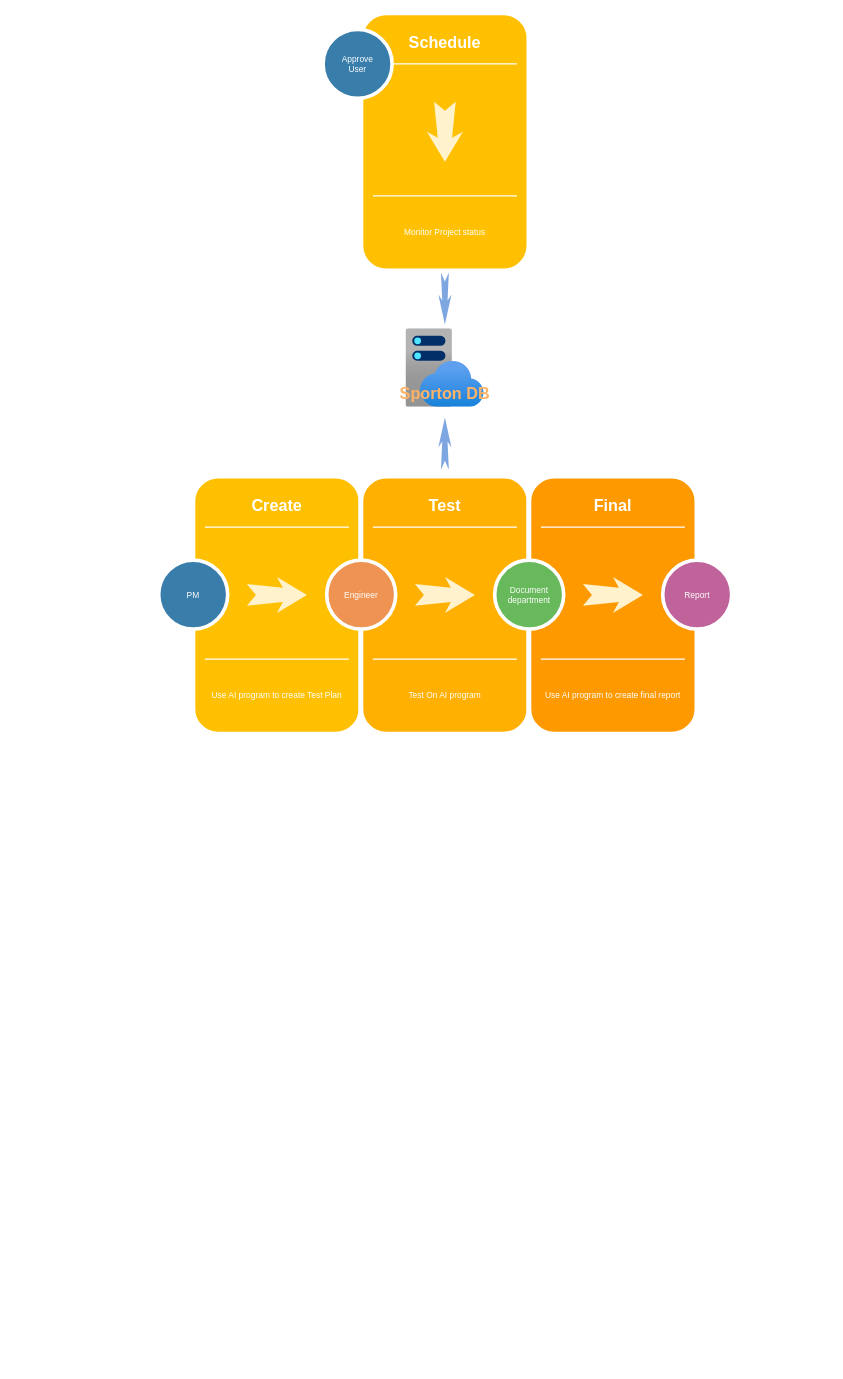
Above: Untitled Diagram.drawio in KevinKuo2519/AI-Prpgram (draw.io), before the change. Source tidied: cells renumbered, new cells numbered last; positions are measured from the earlier drawing's top-left corner, leaving out a move shared by most shapes. Both pictures are drawn from the tidied source at 60%, with x=0, y=0 at pixel (158, 13).
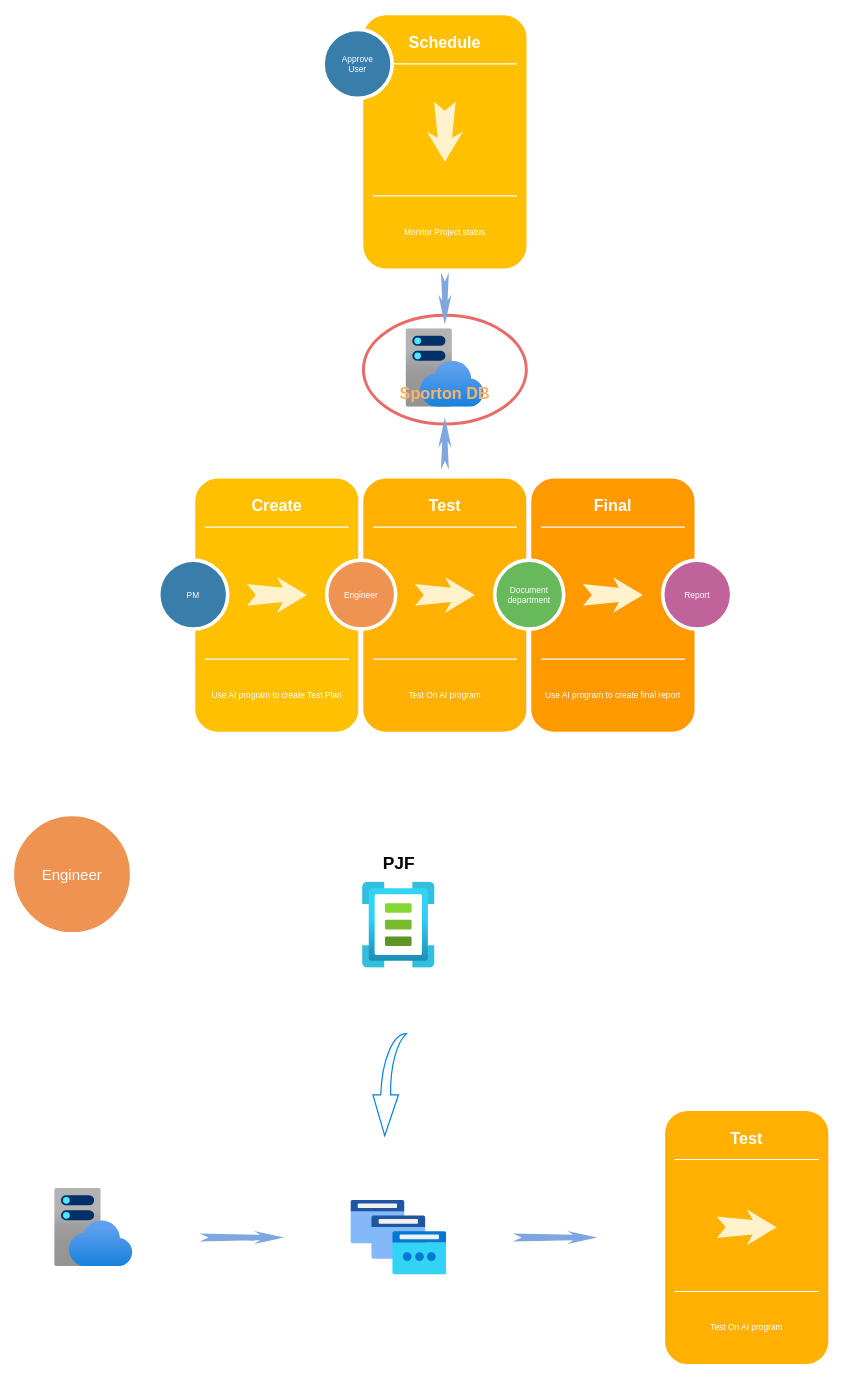
The same diagram, later.

Diff of the diagram source:
```diff
@@
+    <mxCell id="35" style="ellipse;whiteSpace=wrap;html=1;fillColor=none;strokeWidth=5;strokeColor=#EA6B66;" parent="1" vertex="1">
+      <mxGeometry x="341.2" y="504" width="271.5" height="181" as="geometry" />
+    </mxCell>
@@
+    <mxCell id="36" style="html=1;align=center;image;fontSize=12;image=img/lib/azure2/other/Template_Specs.svg;strokeColor=#EA6B66;strokeWidth=5;fillColor=none;" parent="1" vertex="1">
+      <mxGeometry x="339.5" y="1448" width="120.7" height="144" as="geometry" />
+    </mxCell>
+    <mxCell id="37" value="&lt;font style=&quot;font-size: 29px;&quot;&gt;&lt;b&gt;PJF&lt;/b&gt;&lt;/font&gt;" style="text;html=1;align=center;verticalAlign=middle;strokeColor=none;fillColor=none;" parent="1" vertex="1">
+      <mxGeometry x="368.4" y="1406" width="63" height="24" as="geometry" />
+    </mxCell>
+    <mxCell id="38" style="html=1;align=center;image;fontSize=12;image=img/lib/azure2/app_services/App_Service_Plans.svg;" parent="1" vertex="1">
+      <mxGeometry x="-174" y="1958.5" width="131" height="131" as="geometry" />
+    </mxCell>
+    <mxCell id="39" style="html=1;shadow=0;dashed=0;align=center;verticalAlign=middle;shape=mxgraph.arrows2.stylisedArrow;dy=0.6;dx=40;notch=15;feather=0.4;rounded=0;strokeWidth=1;fontSize=27;strokeColor=none;fillColor=#7EA6E0;rotation=0;" parent="1" vertex="1">
+      <mxGeometry x="68" y="2030" width="141" height="22" as="geometry" />
+    </mxCell>
+    <mxCell id="40" style="whiteSpace=wrap;html=1;rounded=1;shadow=0;strokeWidth=8;fontSize=20;align=center;fillColor=#FFB001;strokeColor=#FFFFFF;" parent="1" vertex="1">
+      <mxGeometry x="840" y="1826" width="280" height="430" as="geometry" />
+    </mxCell>
+    <mxCell id="41" value="Test" style="text;html=1;strokeColor=none;fillColor=none;align=center;verticalAlign=middle;whiteSpace=wrap;rounded=0;shadow=0;fontSize=27;fontColor=#FFFFFF;fontStyle=1;" parent="1" vertex="1">
+      <mxGeometry x="840" y="1846" width="280" height="60" as="geometry" />
+    </mxCell>
+    <mxCell id="42" value="Test On AI program" style="text;html=1;strokeColor=none;fillColor=none;align=center;verticalAlign=middle;whiteSpace=wrap;rounded=0;shadow=0;fontSize=14;fontColor=#FFFFFF;" parent="1" vertex="1">
+      <mxGeometry x="840" y="2146" width="280" height="90" as="geometry" />
+    </mxCell>
+    <mxCell id="43" style="line;strokeWidth=2;html=1;rounded=0;shadow=0;fontSize=27;align=center;fillColor=none;strokeColor=#FFFFFF;" parent="1" vertex="1">
+      <mxGeometry x="860" y="1906" width="240" height="10" as="geometry" />
+    </mxCell>
+    <mxCell id="44" style="line;strokeWidth=2;html=1;rounded=0;shadow=0;fontSize=27;align=center;fillColor=none;strokeColor=#FFFFFF;" parent="1" vertex="1">
+      <mxGeometry x="860" y="2126" width="240" height="10" as="geometry" />
+    </mxCell>
+    <mxCell id="45" style="html=1;shadow=0;dashed=0;align=center;verticalAlign=middle;shape=mxgraph.arrows2.stylisedArrow;dy=0.6;dx=40;notch=15;feather=0.4;rounded=0;strokeWidth=1;fontSize=27;strokeColor=none;fillColor=#fff2cc;" parent="1" vertex="1">
+      <mxGeometry x="930" y="1994" width="100" height="60" as="geometry" />
+    </mxCell>
+    <mxCell id="46" style="html=1;shadow=0;dashed=0;align=center;verticalAlign=middle;shape=mxgraph.arrows2.stylisedArrow;dy=0.6;dx=40;notch=15;feather=0.4;rounded=0;strokeWidth=1;fontSize=27;strokeColor=none;fillColor=#7EA6E0;rotation=0;" parent="1" vertex="1">
+      <mxGeometry x="590" y="2030" width="141" height="22" as="geometry" />
+    </mxCell>
+    <mxCell id="47" value="&lt;font style=&quot;font-size: 25px;&quot;&gt;Engineer&lt;/font&gt;" style="ellipse;whiteSpace=wrap;html=1;rounded=0;shadow=0;strokeWidth=6;fontSize=14;align=center;fillColor=#EF9353;strokeColor=#FFFFFF;fontColor=#FFFFFF;" parent="1" vertex="1">
+      <mxGeometry x="-244" y="1336" width="199" height="199" as="geometry" />
+    </mxCell>
+    <mxCell id="48" style="html=1;align=center;image;fontSize=12;image=img/lib/azure2/networking/IP_Groups.svg;fontColor=#000000;strokeColor=#EA6B66;strokeWidth=5;fillColor=none;" parent="1" vertex="1">
+      <mxGeometry x="320" y="1979" width="159.8" height="124" as="geometry" />
+    </mxCell>
+    <mxCell id="49" style="html=1;verticalLabelPosition=bottom;align=center;labelBackgroundColor=#ffffff;verticalAlign=top;strokeWidth=2;strokeColor=#0080F0;shadow=0;dashed=0;shape=mxgraph.ios7.icons.back;fontSize=25;fontColor=#000000;fillColor=none;direction=north;" parent="1" vertex="1">
+      <mxGeometry x="357" y="1701" width="55.8" height="170.2" as="geometry" />
+    </mxCell>
```
